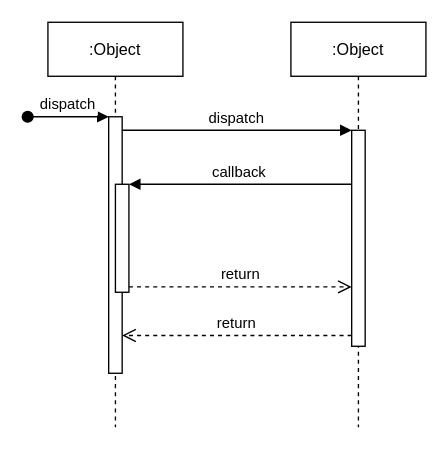
This is Untitled Diagram.drawio from xuxiang668/JavaQ-A, a draw.io file, before an edit. Source tidied: cells renumbered, new cells numbered last; positions are measured from the earlier drawing's top-left corner, leaving out a move shared by most shapes. Both pictures are drawn from the tidied source at 135%, with x=0, y=0 at pixel (27, 22).
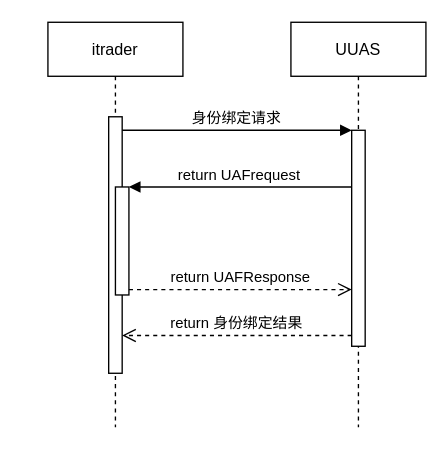
The same page after the edit.

Change to the diagram source:
```diff
@@
 <mxGraphModel>
   <root>
     <mxCell id="0" />
     <mxCell id="1" parent="0" />
-    <mxCell id="2" value=":Object" style="shape=umlLifeline;perimeter=lifelinePerimeter;rounded=0;shadow=0;strokeWidth=1;" parent="1" vertex="1">
+    <mxCell id="2" value="itrader" style="shape=umlLifeline;perimeter=lifelinePerimeter;rounded=0;shadow=0;strokeWidth=1;" parent="1" vertex="1">
       <mxGeometry x="15" width="100" height="300" as="geometry" />
     </mxCell>
     <mxCell id="3" style="points=[];perimeter=orthogonalPerimeter;rounded=0;shadow=0;strokeWidth=1;" parent="2" vertex="1">
       <mxGeometry x="45" y="70" width="10" height="190" as="geometry" />
     </mxCell>
-    <mxCell id="4" value="dispatch" style="verticalAlign=bottom;startArrow=oval;endArrow=block;startSize=8;shadow=0;strokeWidth=1;" parent="2" edge="1" target="3">
-      <mxGeometry relative="1" as="geometry">
-        <mxPoint x="-15" y="70" as="sourcePoint" />
-      </mxGeometry>
-    </mxCell>
     <mxCell id="5" style="points=[];perimeter=orthogonalPerimeter;rounded=0;shadow=0;strokeWidth=1;" parent="2" vertex="1">
-      <mxGeometry x="50" y="120" width="10" height="80" as="geometry" />
+      <mxGeometry x="50" y="122" width="10" height="80" as="geometry" />
     </mxCell>
-    <mxCell id="6" value=":Object" style="shape=umlLifeline;perimeter=lifelinePerimeter;rounded=0;shadow=0;strokeWidth=1;" parent="1" vertex="1">
+    <mxCell id="6" value="UUAS" style="shape=umlLifeline;perimeter=lifelinePerimeter;rounded=0;shadow=0;strokeWidth=1;" parent="1" vertex="1">
       <mxGeometry x="195" width="100" height="300" as="geometry" />
     </mxCell>
     <mxCell id="7" style="points=[];perimeter=orthogonalPerimeter;rounded=0;shadow=0;strokeWidth=1;" parent="6" vertex="1">
       <mxGeometry x="45" y="80" width="10" height="160" as="geometry" />
     </mxCell>
-    <mxCell id="8" value="return" style="verticalAlign=bottom;endArrow=open;dashed=1;endSize=8;exitX=0;exitY=0.95;shadow=0;strokeWidth=1;" parent="1" edge="1" source="7" target="3">
+    <mxCell id="8" value="return 身份绑定结果" style="verticalAlign=bottom;endArrow=open;dashed=1;endSize=8;exitX=0;exitY=0.95;shadow=0;strokeWidth=1;" parent="1" edge="1" source="7" target="3">
       <mxGeometry relative="1" as="geometry" />
     </mxCell>
-    <mxCell id="9" value="dispatch" style="verticalAlign=bottom;endArrow=block;entryX=0;entryY=0;shadow=0;strokeWidth=1;" parent="1" edge="1" source="3" target="7">
+    <mxCell id="9" value="身份绑定请求" style="verticalAlign=bottom;endArrow=block;entryX=0;entryY=0;shadow=0;strokeWidth=1;" parent="1" edge="1" source="3" target="7">
       <mxGeometry relative="1" as="geometry" />
     </mxCell>
-    <mxCell id="10" value="callback" style="verticalAlign=bottom;endArrow=block;entryX=1;entryY=0;shadow=0;strokeWidth=1;" parent="1" edge="1" source="7" target="5">
+    <mxCell id="10" value="return UAFrequest" style="verticalAlign=bottom;endArrow=block;entryX=1;entryY=0;shadow=0;strokeWidth=1;" parent="1" edge="1" source="7" target="5">
       <mxGeometry relative="1" as="geometry" />
     </mxCell>
-    <mxCell id="11" value="return" style="verticalAlign=bottom;endArrow=open;dashed=1;endSize=8;exitX=1;exitY=0.95;shadow=0;strokeWidth=1;" parent="1" edge="1" source="5" target="7">
+    <mxCell id="11" value="return UAFResponse" style="verticalAlign=bottom;endArrow=open;dashed=1;endSize=8;exitX=1;exitY=0.95;shadow=0;strokeWidth=1;" parent="1" edge="1" source="5" target="7">
       <mxGeometry relative="1" as="geometry" />
     </mxCell>
   </root>
 </mxGraphModel>
```
